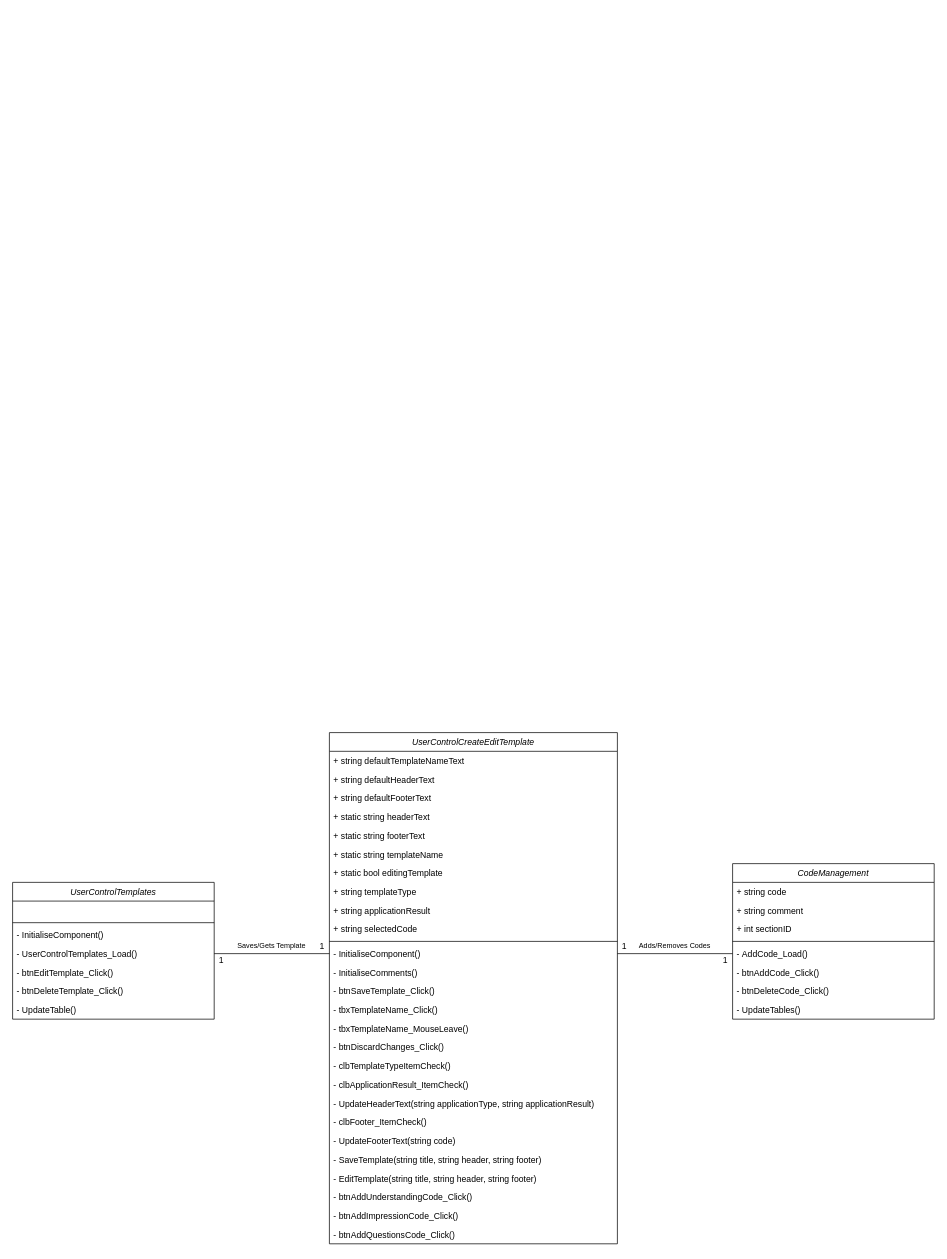
Before: page "Actual Class Diagram" (2 of 2) of ClassDiagram.drawio in jordanfaulkner2j/HappyTechApplicantTrackingSystem, a draw.io diagram. Source tidied: cells renumbered, new cells numbered last; positions are measured from the earlier drawing's top-left corner, leaving out a move shared by most shapes. Both pictures are drawn from the tidied source at 72%, with x=0, y=0 at pixel (12, 732).
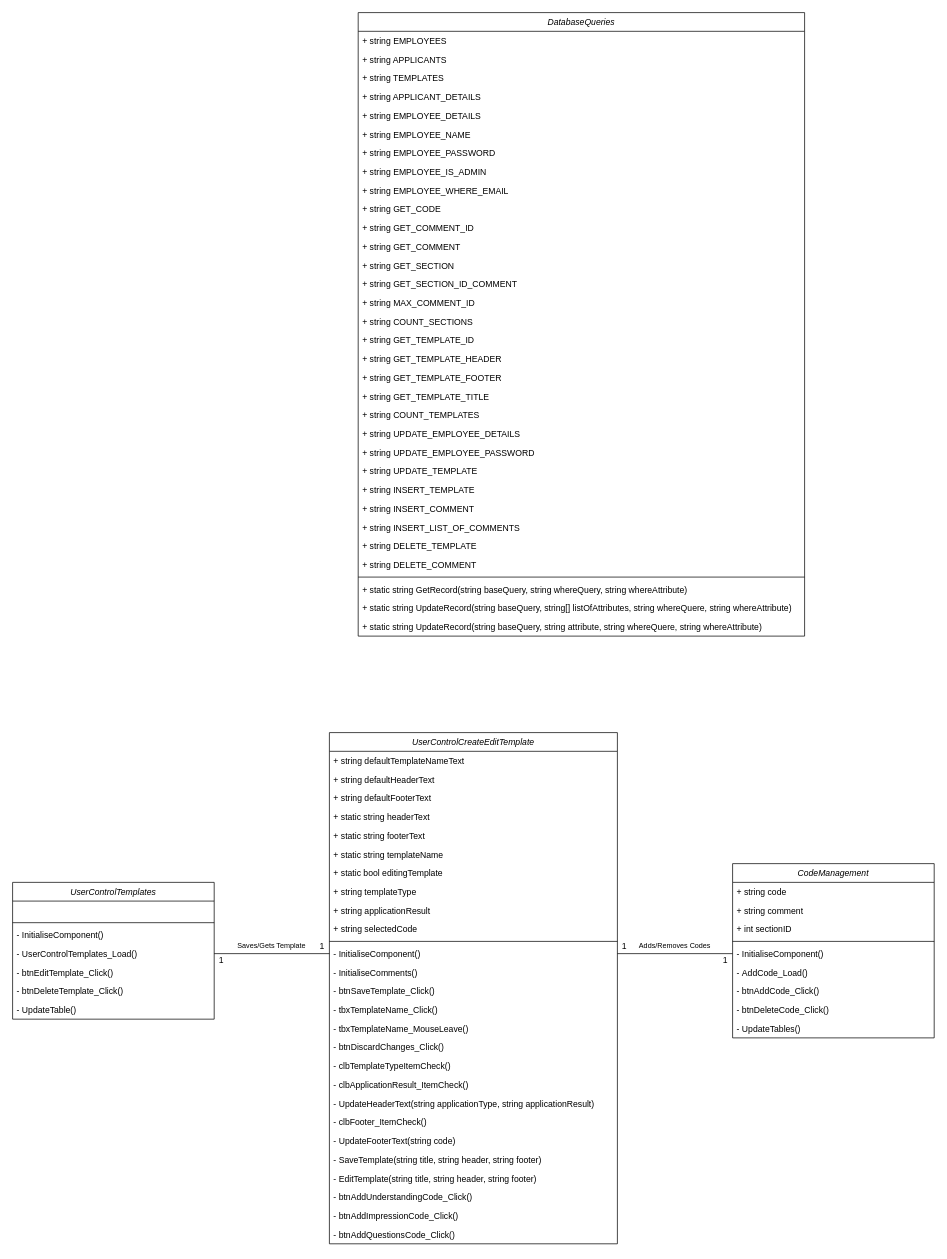
Above is the later version.

Commit message:
added DatabaseQueries class to Class Diagram

Unchanged cells that the change refers to:
```xml
<mxCell id="14" value="- InitialiseComponent()" style="text;align=left;verticalAlign=top;spacingLeft=4;spacingRight=4;overflow=hidden;points=[[0,0.5],[1,0.5]];portConstraint=eastwest;" parent="2" vertex="1">
  <mxGeometry y="294" width="400" height="26" as="geometry" />
</mxCell>
```

Diff of the diagram source:
```diff
@@
     <mxCell id="38" value="CodeManagement" style="swimlane;fontStyle=2;align=center;verticalAlign=top;horizontal=1;startSize=26;rounded=0;shadow=0;strokeWidth=1;" parent="1" vertex="1">
-      <mxGeometry x="1000" y="182" width="280" height="216" as="geometry" />
+      <mxGeometry x="1000" y="182" width="280" height="242" as="geometry" />
     </mxCell>
@@
+    <mxCell id="56" value="- InitialiseComponent()" style="text;align=left;verticalAlign=top;spacingLeft=4;spacingRight=4;overflow=hidden;points=[[0,0.5],[1,0.5]];portConstraint=eastwest;" parent="38" vertex="1">
+      <mxGeometry y="112" width="280" height="26" as="geometry" />
+    </mxCell>
     <mxCell id="43" value="- AddCode_Load()" style="text;align=left;verticalAlign=top;spacingLeft=4;spacingRight=4;overflow=hidden;points=[[0,0.5],[1,0.5]];portConstraint=eastwest;" parent="38" vertex="1">
-      <mxGeometry y="112" width="280" height="26" as="geometry" />
+      <mxGeometry y="138" width="280" height="26" as="geometry" />
     </mxCell>
     <mxCell id="44" value="- btnAddCode_Click()" style="text;align=left;verticalAlign=top;spacingLeft=4;spacingRight=4;overflow=hidden;" parent="38" vertex="1">
-      <mxGeometry y="138" width="280" height="26" as="geometry" />
+      <mxGeometry y="164" width="280" height="26" as="geometry" />
     </mxCell>
     <mxCell id="45" value="- btnDeleteCode_Click()" style="text;align=left;verticalAlign=top;spacingLeft=4;spacingRight=4;overflow=hidden;" parent="38" vertex="1">
-      <mxGeometry y="164" width="280" height="26" as="geometry" />
+      <mxGeometry y="190" width="280" height="26" as="geometry" />
     </mxCell>
     <mxCell id="46" value="- UpdateTables()" style="text;align=left;verticalAlign=top;spacingLeft=4;spacingRight=4;overflow=hidden;" parent="38" vertex="1">
-      <mxGeometry y="190" width="280" height="26" as="geometry" />
+      <mxGeometry y="216" width="280" height="26" as="geometry" />
     </mxCell>
@@
-    <mxCell id="48" style="endArrow=none;html=1;entryX=1;entryY=0.5;entryDx=0;entryDy=0;exitX=0;exitY=0.5;exitDx=0;exitDy=0;" parent="1" edge="1" source="43" target="14">
+    <mxCell id="48" style="endArrow=none;html=1;entryX=1;entryY=0.5;entryDx=0;entryDy=0;exitX=0;exitY=0.5;exitDx=0;exitDy=0;" parent="1" edge="1" source="56" target="14">
       <mxGeometry relative="1" as="geometry" />
     </mxCell>
@@
+    <mxCell id="57" value="DatabaseQueries" style="swimlane;fontStyle=2;align=center;verticalAlign=top;horizontal=1;startSize=26;rounded=0;shadow=0;strokeWidth=1;" parent="1" vertex="1">
+      <mxGeometry x="480" y="-1000" width="620" height="866" as="geometry" />
+    </mxCell>
+    <mxCell id="58" value="+ string EMPLOYEES" style="text;align=left;verticalAlign=top;spacingLeft=4;spacingRight=4;overflow=hidden;" parent="57" vertex="1">
+      <mxGeometry y="26" width="620" height="26" as="geometry" />
+    </mxCell>
+    <mxCell id="59" value="+ string APPLICANTS" style="text;align=left;verticalAlign=top;spacingLeft=4;spacingRight=4;overflow=hidden;" parent="57" vertex="1">
+      <mxGeometry y="52" width="620" height="26" as="geometry" />
+    </mxCell>
+    <mxCell id="60" value="+ string TEMPLATES" style="text;align=left;verticalAlign=top;spacingLeft=4;spacingRight=4;overflow=hidden;" parent="57" vertex="1">
+      <mxGeometry y="78" width="620" height="26" as="geometry" />
+    </mxCell>
+    <mxCell id="61" value="+ string APPLICANT_DETAILS" style="text;align=left;verticalAlign=top;spacingLeft=4;spacingRight=4;overflow=hidden;" parent="57" vertex="1">
+      <mxGeometry y="104" width="620" height="26" as="geometry" />
+    </mxCell>
+    <mxCell id="62" value="+ string EMPLOYEE_DETAILS" style="text;align=left;verticalAlign=top;spacingLeft=4;spacingRight=4;overflow=hidden;" parent="57" vertex="1">
+      <mxGeometry y="130" width="620" height="26" as="geometry" />
+    </mxCell>
+    <mxCell id="63" value="+ string EMPLOYEE_NAME" style="text;align=left;verticalAlign=top;spacingLeft=4;spacingRight=4;overflow=hidden;" parent="57" vertex="1">
+      <mxGeometry y="156" width="620" height="26" as="geometry" />
+    </mxCell>
+    <mxCell id="64" value="+ string EMPLOYEE_PASSWORD" style="text;align=left;verticalAlign=top;spacingLeft=4;spacingRight=4;overflow=hidden;" parent="57" vertex="1">
+      <mxGeometry y="182" width="620" height="26" as="geometry" />
+    </mxCell>
+    <mxCell id="65" value="+ string EMPLOYEE_IS_ADMIN" style="text;align=left;verticalAlign=top;spacingLeft=4;spacingRight=4;overflow=hidden;" parent="57" vertex="1">
+      <mxGeometry y="208" width="620" height="26" as="geometry" />
+    </mxCell>
+    <mxCell id="66" value="+ string EMPLOYEE_WHERE_EMAIL" style="text;align=left;verticalAlign=top;spacingLeft=4;spacingRight=4;overflow=hidden;" parent="57" vertex="1">
+      <mxGeometry y="234" width="620" height="26" as="geometry" />
+    </mxCell>
+    <mxCell id="67" value="+ string GET_CODE" style="text;align=left;verticalAlign=top;spacingLeft=4;spacingRight=4;overflow=hidden;" parent="57" vertex="1">
+      <mxGeometry y="260" width="620" height="26" as="geometry" />
+    </mxCell>
+    <mxCell id="68" value="+ string GET_COMMENT_ID" style="text;align=left;verticalAlign=top;spacingLeft=4;spacingRight=4;overflow=hidden;" parent="57" vertex="1">
+      <mxGeometry y="286" width="620" height="26" as="geometry" />
+    </mxCell>
+    <mxCell id="69" value="+ string GET_COMMENT" style="text;align=left;verticalAlign=top;spacingLeft=4;spacingRight=4;overflow=hidden;" parent="57" vertex="1">
+      <mxGeometry y="312" width="620" height="26" as="geometry" />
+    </mxCell>
+    <mxCell id="70" value="+ string GET_SECTION" style="text;align=left;verticalAlign=top;spacingLeft=4;spacingRight=4;overflow=hidden;" parent="57" vertex="1">
+      <mxGeometry y="338" width="620" height="26" as="geometry" />
+    </mxCell>
+    <mxCell id="71" value="+ string GET_SECTION_ID_COMMENT" style="text;align=left;verticalAlign=top;spacingLeft=4;spacingRight=4;overflow=hidden;" parent="57" vertex="1">
+      <mxGeometry y="364" width="620" height="26" as="geometry" />
+    </mxCell>
+    <mxCell id="72" value="+ string MAX_COMMENT_ID" style="text;align=left;verticalAlign=top;spacingLeft=4;spacingRight=4;overflow=hidden;" parent="57" vertex="1">
+      <mxGeometry y="390" width="620" height="26" as="geometry" />
+    </mxCell>
+    <mxCell id="73" value="+ string COUNT_SECTIONS" style="text;align=left;verticalAlign=top;spacingLeft=4;spacingRight=4;overflow=hidden;" parent="57" vertex="1">
+      <mxGeometry y="416" width="620" height="26" as="geometry" />
+    </mxCell>
+    <mxCell id="74" value="+ string GET_TEMPLATE_ID" style="text;align=left;verticalAlign=top;spacingLeft=4;spacingRight=4;overflow=hidden;" parent="57" vertex="1">
+      <mxGeometry y="442" width="620" height="26" as="geometry" />
+    </mxCell>
+    <mxCell id="75" value="+ string GET_TEMPLATE_HEADER" style="text;align=left;verticalAlign=top;spacingLeft=4;spacingRight=4;overflow=hidden;" parent="57" vertex="1">
+      <mxGeometry y="468" width="620" height="26" as="geometry" />
+    </mxCell>
+    <mxCell id="76" value="+ string GET_TEMPLATE_FOOTER" style="text;align=left;verticalAlign=top;spacingLeft=4;spacingRight=4;overflow=hidden;" parent="57" vertex="1">
+      <mxGeometry y="494" width="620" height="26" as="geometry" />
+    </mxCell>
+    <mxCell id="77" value="+ string GET_TEMPLATE_TITLE" style="text;align=left;verticalAlign=top;spacingLeft=4;spacingRight=4;overflow=hidden;" parent="57" vertex="1">
+      <mxGeometry y="520" width="620" height="26" as="geometry" />
+    </mxCell>
+    <mxCell id="78" value="+ string COUNT_TEMPLATES" style="text;align=left;verticalAlign=top;spacingLeft=4;spacingRight=4;overflow=hidden;" parent="57" vertex="1">
+      <mxGeometry y="546" width="620" height="26" as="geometry" />
+    </mxCell>
+    <mxCell id="79" value="+ string UPDATE_EMPLOYEE_DETAILS" style="text;align=left;verticalAlign=top;spacingLeft=4;spacingRight=4;overflow=hidden;" parent="57" vertex="1">
+      <mxGeometry y="572" width="620" height="26" as="geometry" />
+    </mxCell>
+    <mxCell id="80" value="+ string UPDATE_EMPLOYEE_PASSWORD" style="text;align=left;verticalAlign=top;spacingLeft=4;spacingRight=4;overflow=hidden;" parent="57" vertex="1">
+      <mxGeometry y="598" width="620" height="26" as="geometry" />
+    </mxCell>
+    <mxCell id="81" value="+ string UPDATE_TEMPLATE" style="text;align=left;verticalAlign=top;spacingLeft=4;spacingRight=4;overflow=hidden;" parent="57" vertex="1">
+      <mxGeometry y="624" width="620" height="26" as="geometry" />
+    </mxCell>
+    <mxCell id="82" value="+ string INSERT_TEMPLATE" style="text;align=left;verticalAlign=top;spacingLeft=4;spacingRight=4;overflow=hidden;" parent="57" vertex="1">
+      <mxGeometry y="650" width="620" height="26" as="geometry" />
+    </mxCell>
+    <mxCell id="83" value="+ string INSERT_COMMENT" style="text;align=left;verticalAlign=top;spacingLeft=4;spacingRight=4;overflow=hidden;" parent="57" vertex="1">
+      <mxGeometry y="676" width="620" height="26" as="geometry" />
+    </mxCell>
+    <mxCell id="84" value="+ string INSERT_LIST_OF_COMMENTS" style="text;align=left;verticalAlign=top;spacingLeft=4;spacingRight=4;overflow=hidden;" parent="57" vertex="1">
+      <mxGeometry y="702" width="620" height="26" as="geometry" />
+    </mxCell>
+    <mxCell id="85" value="+ string DELETE_TEMPLATE" style="text;align=left;verticalAlign=top;spacingLeft=4;spacingRight=4;overflow=hidden;" parent="57" vertex="1">
+      <mxGeometry y="728" width="620" height="26" as="geometry" />
+    </mxCell>
+    <mxCell id="86" value="+ string DELETE_COMMENT" style="text;align=left;verticalAlign=top;spacingLeft=4;spacingRight=4;overflow=hidden;" parent="57" vertex="1">
+      <mxGeometry y="754" width="620" height="26" as="geometry" />
+    </mxCell>
+    <mxCell id="87" style="line;html=1;strokeWidth=1;align=left;verticalAlign=middle;spacingTop=-1;spacingLeft=3;spacingRight=3;labelPosition=right;" parent="57" vertex="1">
+      <mxGeometry y="780" width="620" height="8" as="geometry" />
+    </mxCell>
+    <mxCell id="88" value="+ static string GetRecord(string baseQuery, string whereQuery, string whereAttribute)" style="text;align=left;verticalAlign=top;spacingLeft=4;spacingRight=4;overflow=hidden;" parent="57" vertex="1">
+      <mxGeometry y="788" width="620" height="26" as="geometry" />
+    </mxCell>
+    <mxCell id="89" value="+ static string UpdateRecord(string baseQuery, string[] listOfAttributes, string whereQuere, string whereAttribute)" style="text;align=left;verticalAlign=top;spacingLeft=4;spacingRight=4;overflow=hidden;" parent="57" vertex="1">
+      <mxGeometry y="814" width="620" height="26" as="geometry" />
+    </mxCell>
+    <mxCell id="90" value="+ static string UpdateRecord(string baseQuery, string attribute, string whereQuere, string whereAttribute)" style="text;align=left;verticalAlign=top;spacingLeft=4;spacingRight=4;overflow=hidden;" parent="57" vertex="1">
+      <mxGeometry y="840" width="620" height="26" as="geometry" />
+    </mxCell>
```
